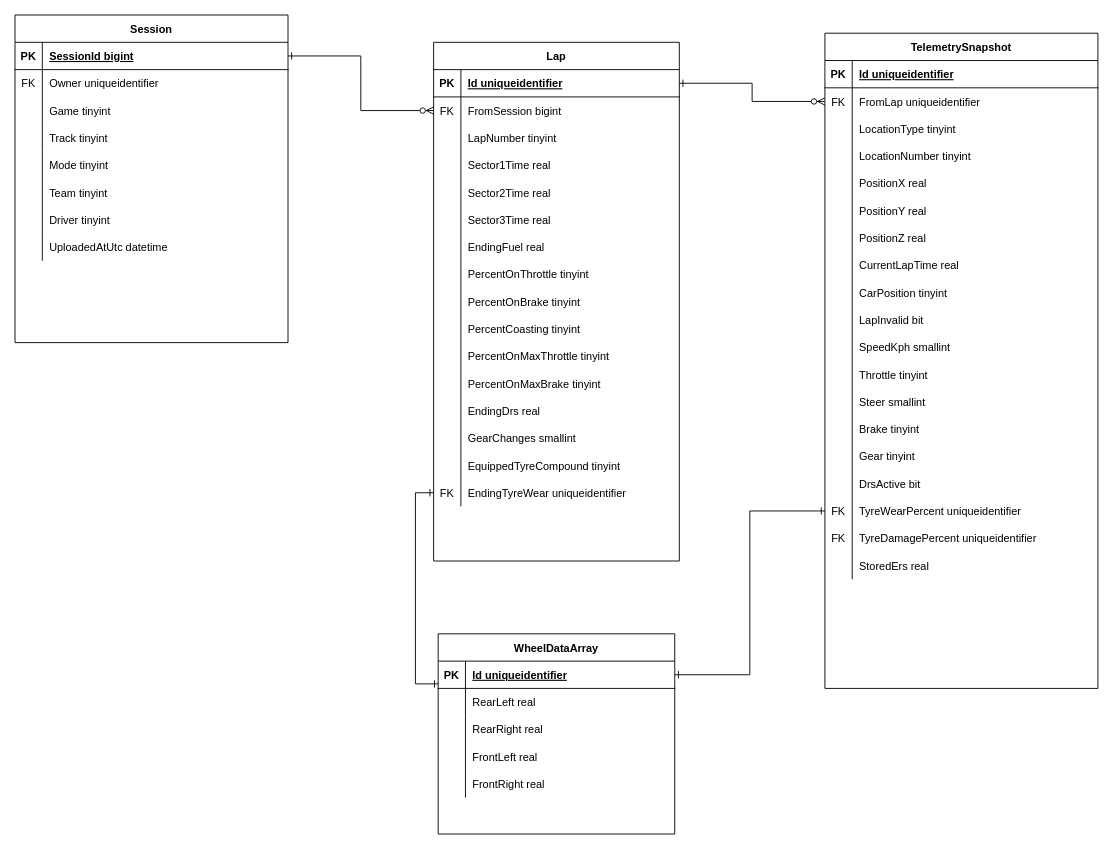
TimHanewich/ApexVisualLibrary keeps this draw.io diagram as page "Sessions v2" (2 of 5) of ApexVisualErd.drawio. Above is the earlier version. Source tidied: cells renumbered, new cells numbered last; positions are measured from the earlier drawing's top-left corner, leaving out a move shared by most shapes. Both pictures are drawn from the tidied source at 91%, with x=0, y=0 at pixel (15, 15).
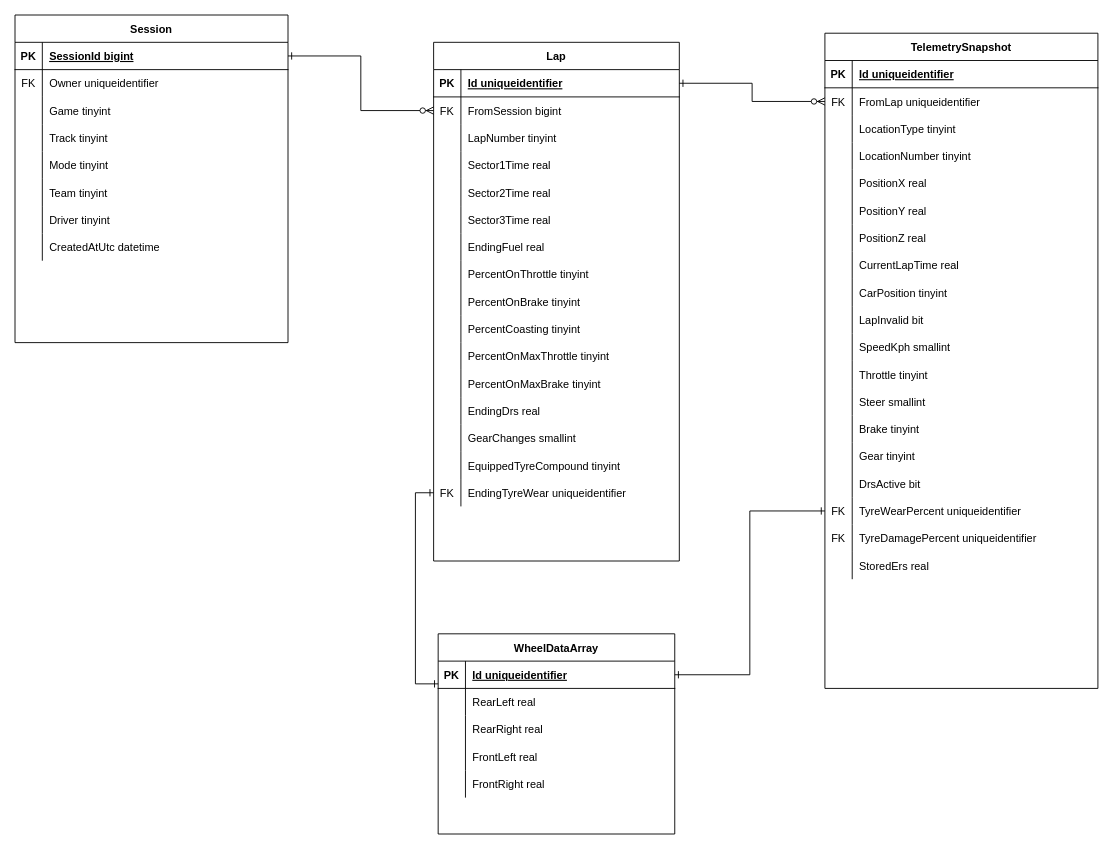
The same diagram, later.

Commit message (it also covers changes not shown here):
Updated field name in Session

Unchanged cells that the change refers to:
```xml
<mxCell id="24" style="shape=partialRectangle;fillColor=none;top=0;left=0;bottom=0;right=0;" parent="2" vertex="1">
  <mxGeometry y="240" width="300" height="30" as="geometry" />
</mxCell>
```

What changed in the source:
```diff
@@
-    <mxCell id="26" value="UploadedAtUtc datetime" style="shape=partialRectangle;fillColor=none;top=0;left=0;bottom=0;right=0;align=left;spacingLeft=6;overflow=hidden;" parent="24" vertex="1">
+    <mxCell id="26" value="CreatedAtUtc datetime" style="shape=partialRectangle;fillColor=none;top=0;left=0;bottom=0;right=0;align=left;spacingLeft=6;overflow=hidden;" parent="24" vertex="1">
       <mxGeometry x="30" width="270" height="30" as="geometry" />
     </mxCell>
```
